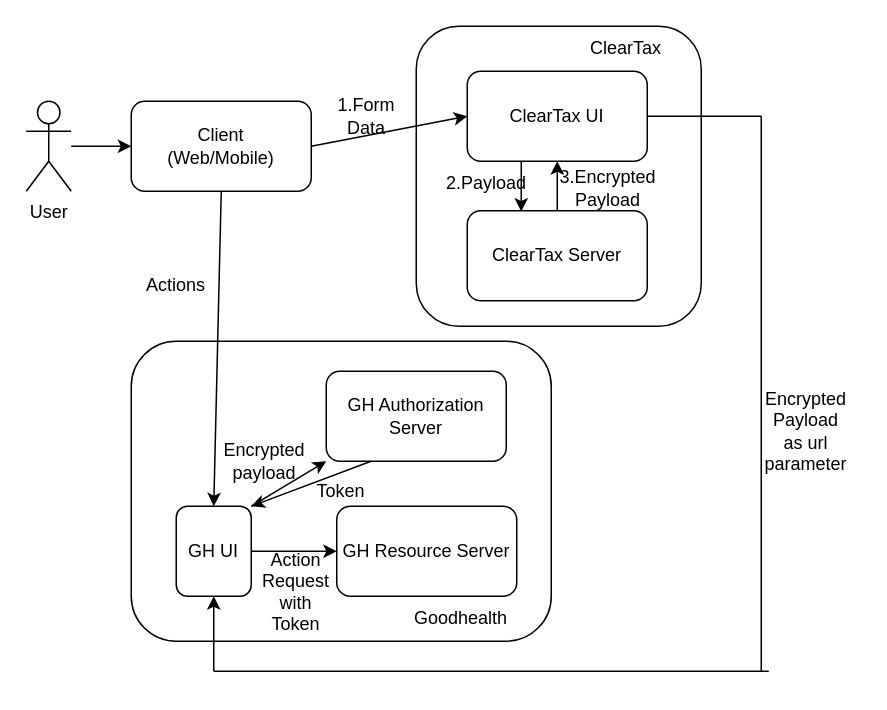
Before: cleartax.drawio in jayanthkmr/architecture-diagrams, a draw.io diagram. Source tidied: cells renumbered, new cells numbered last; positions are measured from the earlier drawing's top-left corner, leaving out a move shared by most shapes. Both pictures are drawn from the tidied source at 150%, with x=0, y=0 at pixel (26, 26).
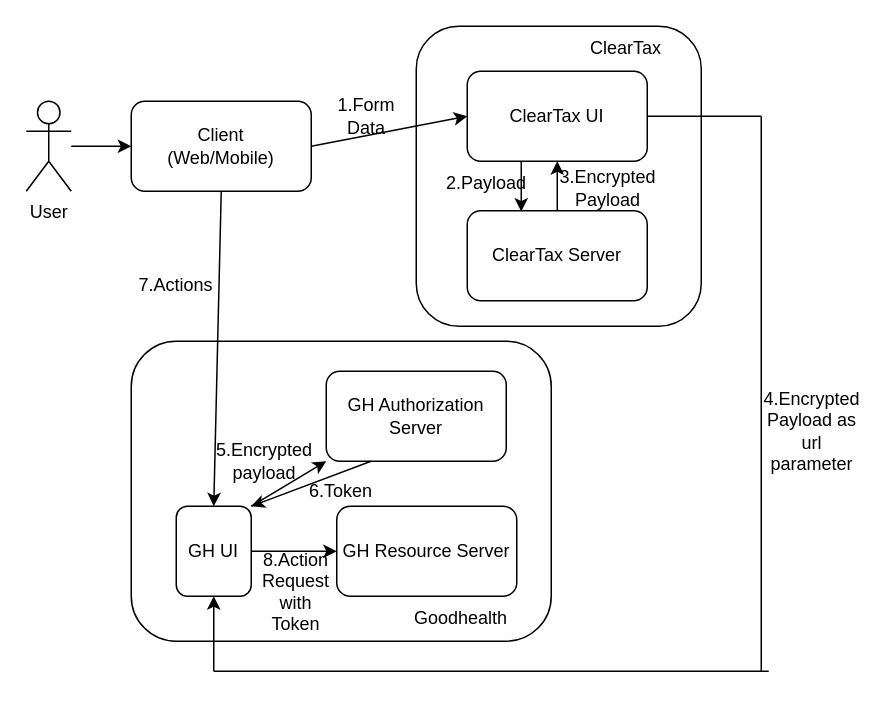
Above is the later version.

What changed in the source:
```diff
@@
-    <mxCell id="18" value="Encrypted Payload as url parameter" style="text;html=1;strokeColor=none;fillColor=none;align=center;verticalAlign=middle;whiteSpace=wrap;rounded=0;" parent="1" vertex="1">
-      <mxGeometry x="500" y="260" width="40" height="20" as="geometry" />
+    <mxCell id="18" value="4.Encrypted Payload as url parameter" style="text;html=1;strokeColor=none;fillColor=none;align=center;verticalAlign=middle;whiteSpace=wrap;rounded=0;" parent="1" vertex="1">
+      <mxGeometry x="504" y="260" width="40" height="20" as="geometry" />
     </mxCell>
@@
-    <mxCell id="29" value="Encrypted&lt;br&gt;payload" style="text;html=1;strokeColor=none;fillColor=none;align=center;verticalAlign=middle;whiteSpace=wrap;rounded=0;" parent="1" vertex="1">
+    <mxCell id="29" value="5.Encrypted&lt;br&gt;payload" style="text;html=1;strokeColor=none;fillColor=none;align=center;verticalAlign=middle;whiteSpace=wrap;rounded=0;" parent="1" vertex="1">
       <mxGeometry x="139" y="280" width="40" height="20" as="geometry" />
     </mxCell>
-    <mxCell id="30" value="Token" style="text;html=1;strokeColor=none;fillColor=none;align=center;verticalAlign=middle;whiteSpace=wrap;rounded=0;" parent="1" vertex="1">
+    <mxCell id="30" value="6.Token" style="text;html=1;strokeColor=none;fillColor=none;align=center;verticalAlign=middle;whiteSpace=wrap;rounded=0;" parent="1" vertex="1">
       <mxGeometry x="190" y="300" width="40" height="20" as="geometry" />
     </mxCell>
-    <mxCell id="31" value="Actions" style="text;html=1;strokeColor=none;fillColor=none;align=center;verticalAlign=middle;whiteSpace=wrap;rounded=0;" parent="1" vertex="1">
+    <mxCell id="31" value="7.Actions" style="text;html=1;strokeColor=none;fillColor=none;align=center;verticalAlign=middle;whiteSpace=wrap;rounded=0;" parent="1" vertex="1">
       <mxGeometry x="80" y="163" width="40" height="20" as="geometry" />
     </mxCell>
-    <mxCell id="32" value="Action Request&lt;br&gt;with Token" style="text;html=1;strokeColor=none;fillColor=none;align=center;verticalAlign=middle;whiteSpace=wrap;rounded=0;" parent="1" vertex="1">
+    <mxCell id="32" value="8.Action Request&lt;br&gt;with Token" style="text;html=1;strokeColor=none;fillColor=none;align=center;verticalAlign=middle;whiteSpace=wrap;rounded=0;" parent="1" vertex="1">
       <mxGeometry x="160" y="367" width="40" height="20" as="geometry" />
     </mxCell>
```
